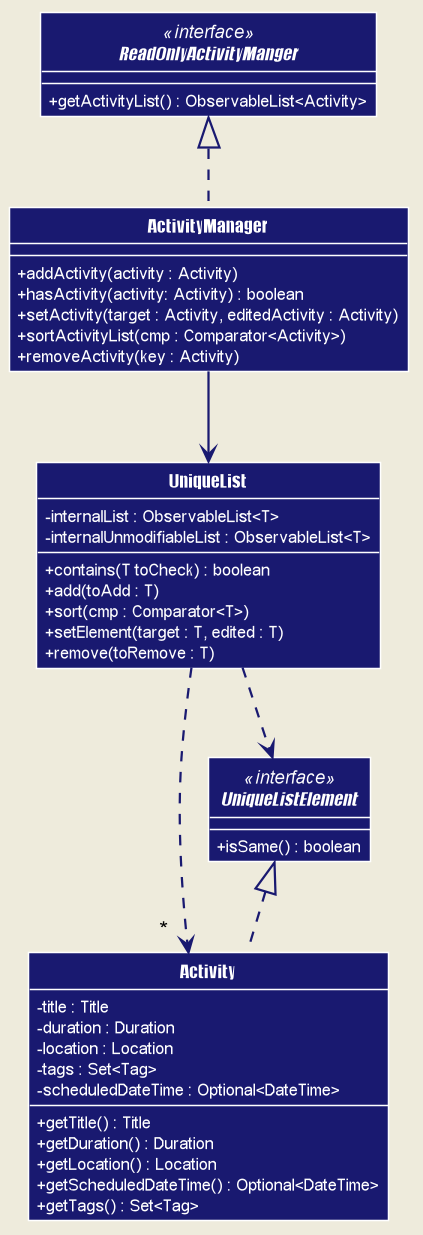
Above: docs/images/developer-guide/unique-list/UniqueListClassDiagram.png in zenatrick/main (PlantUML), before the change. Its diagram source:
```plantuml
@startuml









skinparam BackgroundColor #FFFFFFF

skinparam Shadowing false

skinparam Class {
    FontColor #FFFFFF
    BorderThickness 1
    BorderColor #FFFFFF
    StereotypeFontColor #FFFFFF
    FontName Arial
}

skinparam Actor {
    BorderColor #000000
    Color #000000
    FontName Arial
}

skinparam Sequence {
    MessageAlign center
    BoxFontSize 15
    BoxPadding 0
    BoxFontColor #FFFFFF
    FontName Arial
}

skinparam Participant {
    FontColor #FFFFFFF
    Padding 20
}

skinparam MinClassWidth 50
skinparam ParticipantPadding 10
skinparam Shadowing false
skinparam DefaultTextAlignment center
skinparam packageStyle Rectangle

hide footbox
hide members
hide circle
skinparam backgroundColor #EEEBDC
skinparam arrowThickness 1.5
skinparam arrowColor MidnightBlue
skinparam classBackgroundColor MidnightBlue
skinparam classAttributeIconSize 0
skinparam classAttributeFontColor White

skinparam Class {
    FontColor White
    BorderThickness 1
    BorderColor White
    StereotypeFontColor #FFFFFF
    FontName Impact
}

interface ReadOnlyActivityManger <<interface>>

interface UniqueListElement <<interface>>

ReadOnlyActivityManger <|.. ActivityManager
ActivityManager --> UniqueList
UniqueList ..> UniqueListElement
UniqueListElement <|..Activity
Activity " *   " <.right. UniqueList

interface ReadOnlyActivityManger {
+ getActivityList() : ObservableList<Activity>
}

class ActivityManager {
+ addActivity(activity : Activity)
+ hasActivity(activity: Activity) : boolean
+ setActivity(target : Activity, editedActivity : Activity)
+ sortActivityList(cmp : Comparator<Activity>)
+ removeActivity(key : Activity)
}

class UniqueList {
    - internalList : ObservableList<T>
    - internalUnmodifiableList : ObservableList<T>
    + contains(T toCheck) : boolean
    + add(toAdd : T)
    + sort(cmp : Comparator<T>)
    + setElement(target : T, edited : T)
    + remove(toRemove : T)
}

interface UniqueListElement {
+ isSame() : boolean
}

class Activity {
-title : Title
-duration : Duration
-location : Location
-tags : Set<Tag>
-scheduledDateTime : Optional<DateTime>
+getTitle() : Title
+getDuration() : Duration
+getLocation() : Location
+getScheduledDateTime() : Optional<DateTime>
+getTags() : Set<Tag>
}

show members

@enduml
```
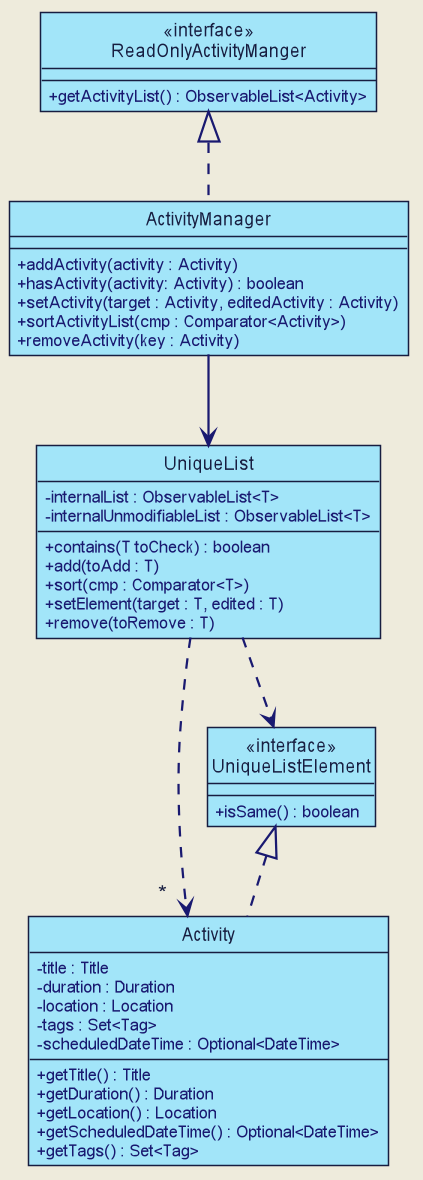
Above is the later version.

Diff of the diagram source:
```diff
@@ -6,17 +6,59 @@
 
 
 
+skinparam BackgroundColor #EEEBDC
+skinparam Shadowing false
+skinparam MinClassWidth 50
+skinparam PackageStyle Rectangle
 
+skinparam Default {
+    FontColor #171D40
+    FontName Arial
+    TextAlignment center
+}
 
-skinparam BackgroundColor #FFFFFFF
+skinparam Participant {
+    Padding 10
+    BorderColor #171D40
+}
 
-skinparam Shadowing false
+skinparam Title {
+    FontColor #171D40
+    FontName Arial
+    FontSize 22
+}
+
+skinparam Arrow {
+    Thickness 1.5
+    Color MidNightBlue
+}
+
+skinparam Note {
+    BackgroundColor #C6EAE3
+    FontColor MidNightBlue
+    BorderColor MidNightBlue
+    BorderThickness 2
+}
 
 skinparam Class {
-    FontColor #FFFFFF
     BorderThickness 1
-    BorderColor #FFFFFF
-    StereotypeFontColor #FFFFFF
+    BorderColor #171D40
+    BackgroundColor #A2E5F9
+    AttributeFontColor MidNightBlue
+    AttributeIconSize 0
+    StereotypeFontColor #171D40
+    StereotypeFontStyle normal
+    FontName Arial
+}
+
+skinparam Object {
+    BorderThickness 2
+    BorderColor #171D40
+    BackgroundColor #C6EAE3
+    AttributeFontColor MidNightBlue
+    AttributeIconSize 0
+    StereotypeFontColor #171D40
+    StereotypeFontStyle normal
     FontName Arial
 }
 
@@ -27,45 +69,42 @@
 }
 
 skinparam Sequence {
-    MessageAlign center
-    BoxFontSize 15
+    LifeLineBackgroundColor #C6EAE3
+    LifeLineBorderColor #171D40
+    LifeLineBorderThickness 1.5
+    MessageAlignment center
+    SequenceParticipantBorderThickness 10
+    ReferenceBackgroundColor #C6EAE3
+    ReferenceBorderColor #171D40
+    TitleFontColor #171D40
+    StereotypeFontStyle normal
+    BoxFontSize 22
+    BoxFontName Arial
+    BoxFontStyle normal
     BoxPadding 0
-    BoxFontColor #FFFFFF
-    FontName Arial
+    BoxBorderColor #EEEBDC
 }
 
 skinparam Participant {
-    FontColor #FFFFFFF
     Padding 20
 }
 
-skinparam MinClassWidth 50
-skinparam ParticipantPadding 10
-skinparam Shadowing false
-skinparam DefaultTextAlignment center
-skinparam packageStyle Rectangle
+skinparam Activity {
+    StartColor #171D40
+    EndColor #171D40
+    BorderThickness 1.5
+    BorderColor #171D40
+    BackgroundColor #A2E5F9
+    DiamondBackgroundColor #A2E5F9
+    DiamondBorderColor #171D40
+}
 
 hide footbox
-hide members
 hide circle
-skinparam backgroundColor #EEEBDC
-skinparam arrowThickness 1.5
-skinparam arrowColor MidnightBlue
-skinparam classBackgroundColor MidnightBlue
-skinparam classAttributeIconSize 0
-skinparam classAttributeFontColor White
 
-skinparam Class {
-    FontColor White
-    BorderThickness 1
-    BorderColor White
-    StereotypeFontColor #FFFFFF
-    FontName Impact
-}
+class ReadOnlyActivityManger <<interface>>
 
-interface ReadOnlyActivityManger <<interface>>
-
-interface UniqueListElement <<interface>>
+class UniqueListElement <<interface>>
 
 ReadOnlyActivityManger <|.. ActivityManager
 ActivityManager --> UniqueList
@@ -73,7 +112,7 @@
 UniqueListElement <|..Activity
 Activity " *   " <.right. UniqueList
 
-interface ReadOnlyActivityManger {
+class ReadOnlyActivityManger {
 + getActivityList() : ObservableList<Activity>
 }
 
@@ -95,7 +134,7 @@
     + remove(toRemove : T)
 }
 
-interface UniqueListElement {
+class UniqueListElement {
 + isSame() : boolean
 }
 
```
